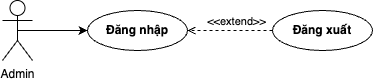
The draw.io diagram diagram/usecase/usecase-login.png in tuanyh11/Comic, before a commit. Source tidied: cells renumbered, new cells last; positions are measured from the earlier drawing's top-left corner, leaving out a move shared by most shapes. Source of this version:
```xml
<mxGraphModel>
  <root>
    <mxCell id="0" />
    <mxCell id="1" parent="0" />
    <mxCell id="2" value="Admin" style="shape=umlActor;verticalLabelPosition=bottom;verticalAlign=top;html=1;outlineConnect=0;" parent="1" vertex="1">
      <mxGeometry width="30" height="60" as="geometry" />
    </mxCell>
    <mxCell id="3" value="Đăng nhập" style="ellipse;whiteSpace=wrap;html=1;fontStyle=1;" parent="1" vertex="1">
      <mxGeometry x="85" y="10" width="100" height="40" as="geometry" />
    </mxCell>
    <mxCell id="4" value="&lt;span style=&quot;color: rgb(0, 0, 0); font-weight: 700;&quot;&gt;Đăng xuất&lt;/span&gt;" style="ellipse;whiteSpace=wrap;html=1;" parent="1" vertex="1">
      <mxGeometry x="270" y="10" width="100" height="40" as="geometry" />
    </mxCell>
    <mxCell id="5" style="endArrow=classic;html=1;exitX=0.5;exitY=0.5;exitDx=0;exitDy=0;exitPerimeter=0;" parent="1" edge="1" source="2" target="3">
      <mxGeometry relative="1" as="geometry" />
    </mxCell>
    <mxCell id="6" value="&amp;lt;&amp;lt;extend&amp;gt;&amp;gt;" style="html=1;verticalAlign=bottom;labelBackgroundColor=none;endArrow=open;endFill=0;dashed=1;entryX=1;entryY=0.5;entryDx=0;entryDy=0;" parent="1" edge="1" source="4" target="3">
      <mxGeometry x="-0.14" relative="1" as="geometry" />
    </mxCell>
  </root>
</mxGraphModel>
```
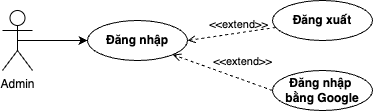
After the commit.

The edit, as a diff of the source:
```diff
@@ -9,7 +9,7 @@
       <mxGeometry x="85" y="10" width="100" height="40" as="geometry" />
     </mxCell>
     <mxCell id="4" value="&lt;span style=&quot;color: rgb(0, 0, 0); font-weight: 700;&quot;&gt;Đăng xuất&lt;/span&gt;" style="ellipse;whiteSpace=wrap;html=1;" parent="1" vertex="1">
-      <mxGeometry x="270" y="10" width="100" height="40" as="geometry" />
+      <mxGeometry x="270" y="-10" width="100" height="40" as="geometry" />
     </mxCell>
     <mxCell id="5" style="endArrow=classic;html=1;exitX=0.5;exitY=0.5;exitDx=0;exitDy=0;exitPerimeter=0;" parent="1" edge="1" source="2" target="3">
       <mxGeometry relative="1" as="geometry" />
@@ -17,5 +17,11 @@
     <mxCell id="6" value="&amp;lt;&amp;lt;extend&amp;gt;&amp;gt;" style="html=1;verticalAlign=bottom;labelBackgroundColor=none;endArrow=open;endFill=0;dashed=1;entryX=1;entryY=0.5;entryDx=0;entryDy=0;" parent="1" edge="1" source="4" target="3">
       <mxGeometry x="-0.14" relative="1" as="geometry" />
     </mxCell>
+    <mxCell id="7" value="&lt;span style=&quot;color: rgb(0, 0, 0); font-weight: 700;&quot;&gt;Đăng nhập&amp;nbsp;&lt;br&gt;bằng Google&lt;/span&gt;" style="ellipse;whiteSpace=wrap;html=1;" parent="1" vertex="1">
+      <mxGeometry x="270" y="60" width="100" height="40" as="geometry" />
+    </mxCell>
+    <mxCell id="8" value="&amp;lt;&amp;lt;extend&amp;gt;&amp;gt;" style="html=1;verticalAlign=bottom;labelBackgroundColor=none;endArrow=open;endFill=0;dashed=1;entryX=1;entryY=1;entryDx=0;entryDy=0;exitX=0;exitY=0.5;exitDx=0;exitDy=0;" parent="1" edge="1" source="7" target="3">
+      <mxGeometry x="-0.34" y="-9" relative="1" as="geometry" />
+    </mxCell>
   </root>
 </mxGraphModel>
```
